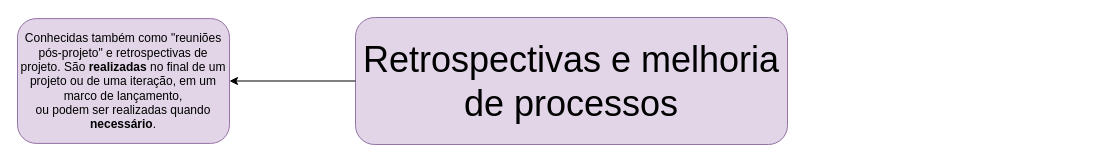
Natalirodriguess/estudos keeps this draw.io diagram as page "Subtopico 2.1.6" (7 of 7) of capitulo2.drawio. Above is the earlier version. Source tidied: cells renumbered, new cells numbered last; positions are measured from the earlier drawing's top-left corner, leaving out a move shared by most shapes. Both pictures are drawn from the tidied source at 100%, with x=0, y=0 at pixel (17, 17).
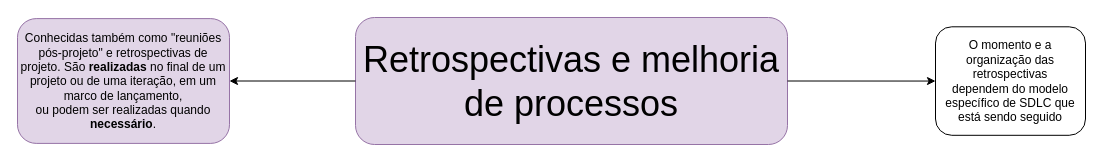
The same diagram, later.

The edit, as a diff of the source:
```diff
@@
 <mxGraphModel>
   <root>
     <mxCell id="0" />
     <mxCell id="1" parent="0" />
     <mxCell id="2" value="&lt;font style=&quot;font-size: 36px;&quot;&gt; Retrospectivas e melhoria de processos &lt;/font&gt;" style="rounded=1;whiteSpace=wrap;html=1;fillColor=#e1d5e7;strokeColor=#9673a6;" parent="1" vertex="1">
       <mxGeometry x="338" width="432" height="127" as="geometry" />
     </mxCell>
     <mxCell id="3" style="endArrow=classic;html=1;rounded=0;exitX=0;exitY=0.5;exitDx=0;exitDy=0;entryX=1;entryY=0.5;entryDx=0;entryDy=0;" parent="1" edge="1" source="2" target="4">
       <mxGeometry relative="1" as="geometry" />
     </mxCell>
     <mxCell id="4" value="Conhecidas também como &quot;reuniões pós-projeto&quot;&amp;nbsp;e retrospectivas de projeto. São &lt;b&gt;realizadas&lt;/b&gt;&amp;nbsp;no final de um projeto ou de uma iteração, em um marco de lançamento,&lt;br&gt;ou podem ser realizadas quando &lt;b&gt;necessário&lt;/b&gt;." style="rounded=1;whiteSpace=wrap;html=1;fillColor=#e1d5e7;strokeColor=#9673a6;" parent="1" vertex="1">
       <mxGeometry y="1.1" width="212" height="124.8" as="geometry" />
     </mxCell>
+    <mxCell id="5" value="O momento e a organização das retrospectivas&lt;br&gt;dependem do modelo específico de SDLC que está sendo seguido" style="rounded=1;whiteSpace=wrap;html=1;" parent="1" vertex="1">
+      <mxGeometry x="918" y="9.3" width="150" height="108.5" as="geometry" />
+    </mxCell>
+    <mxCell id="6" style="endArrow=classic;html=1;rounded=0;exitX=1;exitY=0.5;exitDx=0;exitDy=0;entryX=0;entryY=0.5;entryDx=0;entryDy=0;" parent="1" edge="1" source="2" target="5">
+      <mxGeometry relative="1" as="geometry" />
+    </mxCell>
   </root>
 </mxGraphModel>
```
